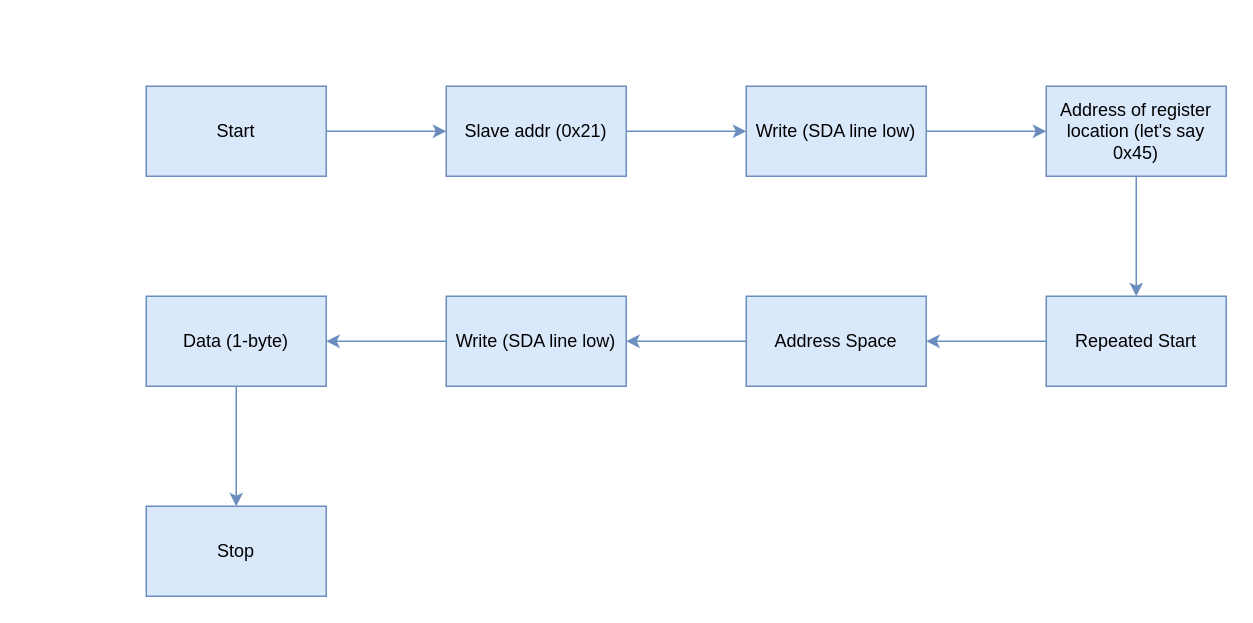
mashrino/example_repo keeps this draw.io diagram as Peripheral_blocks.drawio. Above is the earlier version. Source tidied: cells renumbered, new cells numbered last; positions are measured from the earlier drawing's top-left corner, leaving out a move shared by most shapes. Both pictures are drawn from the tidied source at 150%, with x=0, y=0 at pixel (146, 86).
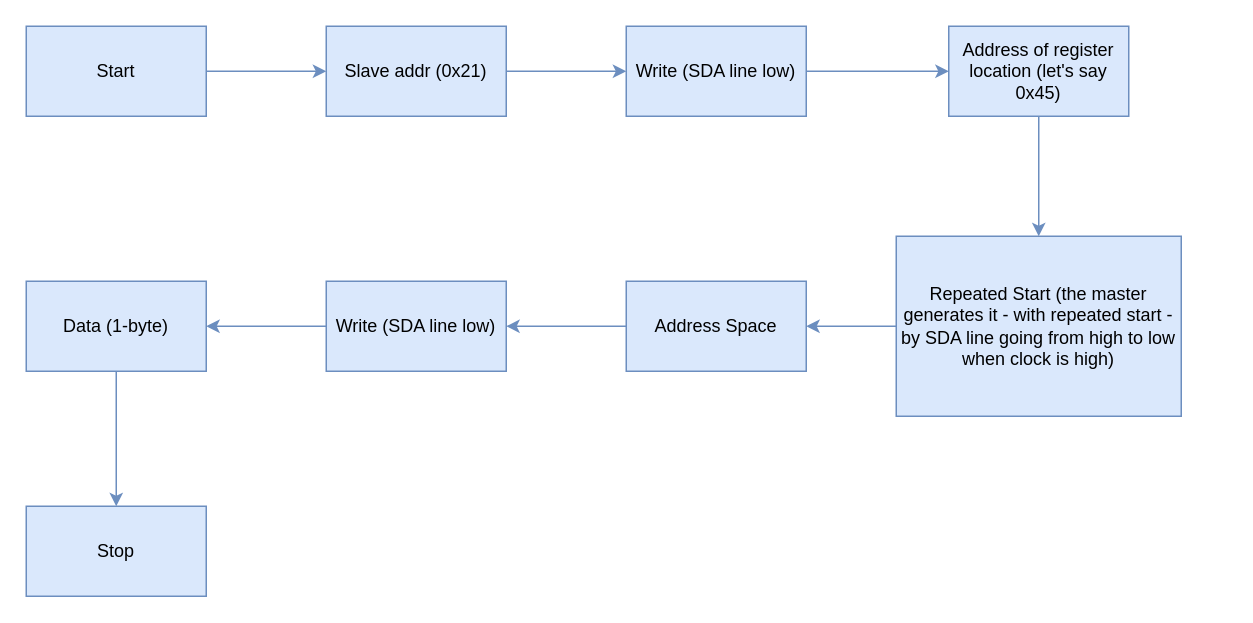
The same page after the edit.

Change to the diagram source:
```diff
@@
 <mxGraphModel>
   <root>
     <mxCell id="0" />
     <mxCell id="1" parent="0" />
     <mxCell id="2" style="edgeStyle=orthogonalEdgeStyle;rounded=0;jettySize=auto;html=1;fillColor=#dae8fc;strokeColor=#6c8ebf;" parent="1" edge="1" source="3" target="5">
       <mxGeometry relative="1" as="geometry" />
     </mxCell>
     <mxCell id="3" value="Start" style="rounded=0;whiteSpace=wrap;html=1;fillColor=#dae8fc;strokeColor=#6c8ebf;" parent="1" vertex="1">
-      <mxGeometry width="120" height="60" as="geometry" />
+      <mxGeometry x="-80" y="-40" width="120" height="60" as="geometry" />
     </mxCell>
     <mxCell id="4" style="edgeStyle=orthogonalEdgeStyle;rounded=0;jettySize=auto;html=1;fillColor=#dae8fc;strokeColor=#6c8ebf;" parent="1" edge="1" source="5" target="7">
       <mxGeometry relative="1" as="geometry" />
     </mxCell>
     <mxCell id="5" value="Slave addr (0x21)" style="rounded=0;whiteSpace=wrap;html=1;fillColor=#dae8fc;strokeColor=#6c8ebf;" parent="1" vertex="1">
-      <mxGeometry x="200" width="120" height="60" as="geometry" />
+      <mxGeometry x="120" y="-40" width="120" height="60" as="geometry" />
     </mxCell>
     <mxCell id="6" style="edgeStyle=orthogonalEdgeStyle;rounded=0;jettySize=auto;html=1;fillColor=#dae8fc;strokeColor=#6c8ebf;" parent="1" edge="1" source="7" target="9">
       <mxGeometry relative="1" as="geometry" />
     </mxCell>
     <mxCell id="7" value="Write (SDA line low)" style="rounded=0;whiteSpace=wrap;html=1;fillColor=#dae8fc;strokeColor=#6c8ebf;" parent="1" vertex="1">
-      <mxGeometry x="400" width="120" height="60" as="geometry" />
+      <mxGeometry x="320" y="-40" width="120" height="60" as="geometry" />
     </mxCell>
     <mxCell id="8" style="edgeStyle=orthogonalEdgeStyle;rounded=0;jettySize=auto;html=1;fillColor=#dae8fc;strokeColor=#6c8ebf;" parent="1" edge="1" source="9" target="11">
       <mxGeometry relative="1" as="geometry" />
     </mxCell>
     <mxCell id="9" value="Address of register location (let's say 0x45)" style="rounded=0;whiteSpace=wrap;html=1;fillColor=#dae8fc;strokeColor=#6c8ebf;" parent="1" vertex="1">
-      <mxGeometry x="600" width="120" height="60" as="geometry" />
+      <mxGeometry x="535" y="-40" width="120" height="60" as="geometry" />
     </mxCell>
     <mxCell id="10" style="edgeStyle=orthogonalEdgeStyle;rounded=0;jettySize=auto;html=1;fillColor=#dae8fc;strokeColor=#6c8ebf;" parent="1" edge="1" source="11" target="13">
       <mxGeometry relative="1" as="geometry" />
     </mxCell>
-    <mxCell id="11" value="Repeated Start" style="rounded=0;whiteSpace=wrap;html=1;fillColor=#dae8fc;strokeColor=#6c8ebf;" parent="1" vertex="1">
-      <mxGeometry x="600" y="140" width="120" height="60" as="geometry" />
+    <mxCell id="11" value="Repeated Start (the master generates it - with repeated start - by SDA line going from high to low when clock is high)" style="rounded=0;whiteSpace=wrap;html=1;fillColor=#dae8fc;strokeColor=#6c8ebf;" parent="1" vertex="1">
+      <mxGeometry x="500" y="100" width="190" height="120" as="geometry" />
     </mxCell>
     <mxCell id="12" style="edgeStyle=orthogonalEdgeStyle;rounded=0;jettySize=auto;html=1;fillColor=#dae8fc;strokeColor=#6c8ebf;" parent="1" edge="1" source="13" target="15">
       <mxGeometry relative="1" as="geometry" />
     </mxCell>
     <mxCell id="13" value="Address Space" style="rounded=0;whiteSpace=wrap;html=1;fillColor=#dae8fc;strokeColor=#6c8ebf;" parent="1" vertex="1">
-      <mxGeometry x="400" y="140" width="120" height="60" as="geometry" />
+      <mxGeometry x="320" y="130" width="120" height="60" as="geometry" />
     </mxCell>
     <mxCell id="14" style="edgeStyle=orthogonalEdgeStyle;rounded=0;jettySize=auto;html=1;fillColor=#dae8fc;strokeColor=#6c8ebf;" parent="1" edge="1" source="15" target="17">
       <mxGeometry relative="1" as="geometry" />
     </mxCell>
     <mxCell id="15" value="Write (SDA line low)" style="rounded=0;whiteSpace=wrap;html=1;fillColor=#dae8fc;strokeColor=#6c8ebf;" parent="1" vertex="1">
-      <mxGeometry x="200" y="140" width="120" height="60" as="geometry" />
+      <mxGeometry x="120" y="130" width="120" height="60" as="geometry" />
     </mxCell>
     <mxCell id="16" style="edgeStyle=orthogonalEdgeStyle;rounded=0;jettySize=auto;html=1;fillColor=#dae8fc;strokeColor=#6c8ebf;" parent="1" edge="1" source="17" target="18">
       <mxGeometry relative="1" as="geometry" />
     </mxCell>
     <mxCell id="17" value="Data (1-byte)" style="rounded=0;whiteSpace=wrap;html=1;fillColor=#dae8fc;strokeColor=#6c8ebf;" parent="1" vertex="1">
-      <mxGeometry y="140" width="120" height="60" as="geometry" />
+      <mxGeometry x="-80" y="130" width="120" height="60" as="geometry" />
     </mxCell>
     <mxCell id="18" value="Stop" style="rounded=0;whiteSpace=wrap;html=1;fillColor=#dae8fc;strokeColor=#6c8ebf;" parent="1" vertex="1">
-      <mxGeometry y="280" width="120" height="60" as="geometry" />
+      <mxGeometry x="-80" y="280" width="120" height="60" as="geometry" />
     </mxCell>
   </root>
 </mxGraphModel>
```
